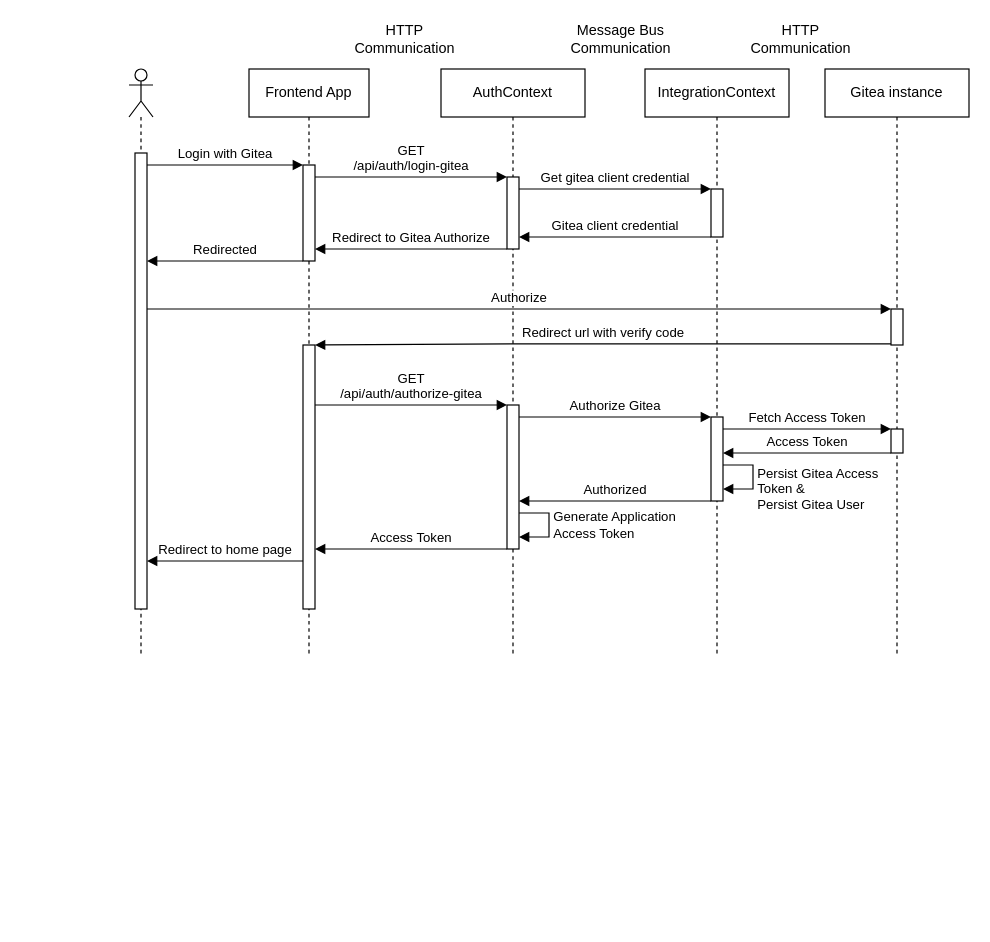
Earlier version of the draw.io diagram Diagrams/AuthorizationSequence.drawio (ryusu777/TodoApp). Source tidied: cells renumbered, new cells numbered last; positions are measured from the earlier drawing's top-left corner, leaving out a move shared by most shapes. Both pictures are drawn from the tidied source at 120%, with x=0, y=0 at pixel (128, 20).
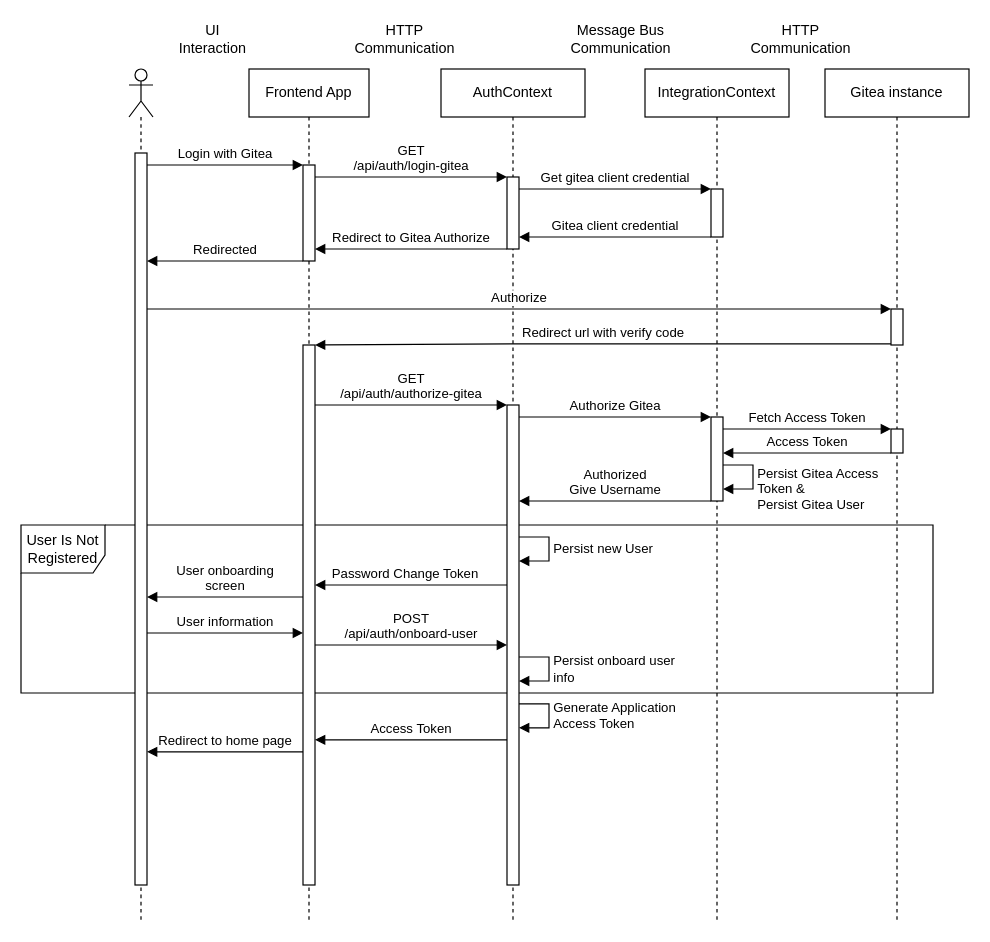
Above is the later version.

Unchanged cells that the change refers to:
```xml
<mxCell id="9" style="html=1;points=[];perimeter=orthogonalPerimeter;" parent="7" vertex="1">
  <mxGeometry x="55" y="290" width="10" height="70" as="geometry" />
</mxCell>
```

Diff of the diagram source:
```diff
@@
+    <mxCell id="36" value="User Is Not Registered" style="shape=umlFrame;whiteSpace=wrap;html=1;width=70;height=40;" parent="1" vertex="1">
+      <mxGeometry x="-90" y="420" width="760" height="140" as="geometry" />
+    </mxCell>
     <mxCell id="2" style="shape=umlLifeline;participant=umlActor;perimeter=lifelinePerimeter;whiteSpace=wrap;html=1;verticalAlign=top;spacingTop=36;" parent="1" vertex="1">
-      <mxGeometry y="40" width="20" height="490" as="geometry" />
+      <mxGeometry y="40" width="20" height="710" as="geometry" />
     </mxCell>
     <mxCell id="3" style="html=1;points=[];perimeter=orthogonalPerimeter;" parent="2" vertex="1">
-      <mxGeometry x="5" y="70" width="10" height="380" as="geometry" />
+      <mxGeometry x="5" y="70" width="10" height="610" as="geometry" />
     </mxCell>
     <mxCell id="4" value="Frontend App" style="shape=umlLifeline;perimeter=lifelinePerimeter;whiteSpace=wrap;html=1;" parent="1" vertex="1">
-      <mxGeometry x="100" y="40" width="100" height="490" as="geometry" />
+      <mxGeometry x="100" y="40" width="100" height="710" as="geometry" />
     </mxCell>
+    <mxCell id="6" style="html=1;points=[];perimeter=orthogonalPerimeter;" parent="4" vertex="1">
+      <mxGeometry x="45" y="230" width="10" height="450" as="geometry" />
+    </mxCell>
@@
-    <mxCell id="6" style="html=1;points=[];perimeter=orthogonalPerimeter;" parent="4" vertex="1">
-      <mxGeometry x="45" y="230" width="10" height="220" as="geometry" />
-    </mxCell>
     <mxCell id="7" value="IntegrationContext" style="shape=umlLifeline;perimeter=lifelinePerimeter;whiteSpace=wrap;html=1;" parent="1" vertex="1">
-      <mxGeometry x="430" y="40" width="120" height="490" as="geometry" />
+      <mxGeometry x="430" y="40" width="120" height="710" as="geometry" />
     </mxCell>
@@
     <mxCell id="11" value="AuthContext" style="shape=umlLifeline;perimeter=lifelinePerimeter;whiteSpace=wrap;html=1;" parent="1" vertex="1">
-      <mxGeometry x="260" y="40" width="120" height="490" as="geometry" />
+      <mxGeometry x="260" y="40" width="120" height="710" as="geometry" />
     </mxCell>
@@
     <mxCell id="13" style="html=1;points=[];perimeter=orthogonalPerimeter;" parent="11" vertex="1">
-      <mxGeometry x="55" y="280" width="10" height="120" as="geometry" />
+      <mxGeometry x="55" y="280" width="10" height="400" as="geometry" />
     </mxCell>
-    <mxCell id="14" value="Generate Application&lt;br&gt;Access Token" style="edgeStyle=orthogonalEdgeStyle;html=1;align=left;spacingLeft=2;endArrow=block;rounded=0;" parent="11" edge="1" source="13" target="13">
+    <mxCell id="14" value="Generate Application&lt;br&gt;Access Token" style="edgeStyle=orthogonalEdgeStyle;html=1;align=left;spacingLeft=2;endArrow=block;rounded=0;" parent="11" edge="1">
       <mxGeometry relative="1" as="geometry">
+        <mxPoint x="65" y="529" as="sourcePoint" />
+        <mxPoint x="65" y="549" as="targetPoint" />
         <Array as="points">
-          <mxPoint x="90" y="370" />
-          <mxPoint x="90" y="390" />
+          <mxPoint x="90" y="529" />
+          <mxPoint x="90" y="549" />
         </Array>
       </mxGeometry>
     </mxCell>
+    <mxCell id="37" value="Persist new User" style="edgeStyle=orthogonalEdgeStyle;html=1;align=left;spacingLeft=2;endArrow=block;rounded=0;" parent="11" edge="1" source="13" target="13">
+      <mxGeometry relative="1" as="geometry">
+        <Array as="points">
+          <mxPoint x="90" y="390" />
+          <mxPoint x="90" y="410" />
+        </Array>
+      </mxGeometry>
+    </mxCell>
+    <mxCell id="38" value="Persist onboard user&lt;br&gt;info" style="edgeStyle=orthogonalEdgeStyle;html=1;align=left;spacingLeft=2;endArrow=block;rounded=0;" parent="11" edge="1" source="13" target="13">
+      <mxGeometry relative="1" as="geometry">
+        <Array as="points">
+          <mxPoint x="90" y="490" />
+          <mxPoint x="90" y="510" />
+        </Array>
+      </mxGeometry>
+    </mxCell>
     <mxCell id="15" value="Gitea instance" style="shape=umlLifeline;perimeter=lifelinePerimeter;whiteSpace=wrap;html=1;" parent="1" vertex="1">
-      <mxGeometry x="580" y="40" width="120" height="490" as="geometry" />
+      <mxGeometry x="580" y="40" width="120" height="710" as="geometry" />
     </mxCell>
@@
-    <mxCell id="29" value="Access Token" style="html=1;verticalAlign=bottom;endArrow=block;rounded=0;" parent="1" edge="1" source="13" target="6">
+    <mxCell id="29" value="Access Token" style="html=1;verticalAlign=bottom;endArrow=block;rounded=0;" parent="1" edge="1">
       <mxGeometry relative="1" as="geometry">
+        <mxPoint x="315" y="599" as="sourcePoint" />
+        <mxPoint x="155" y="599" as="targetPoint" />
         <Array as="points">
-          <mxPoint x="220" y="440" />
+          <mxPoint x="220" y="599" />
         </Array>
       </mxGeometry>
     </mxCell>
-    <mxCell id="30" value="Redirect to home page" style="html=1;verticalAlign=bottom;endArrow=block;rounded=0;" parent="1" edge="1" source="6" target="3">
+    <mxCell id="30" value="Redirect to home page" style="html=1;verticalAlign=bottom;endArrow=block;rounded=0;" parent="1" edge="1">
       <mxGeometry relative="1" as="geometry">
+        <mxPoint x="145" y="609" as="sourcePoint" />
+        <mxPoint x="15" y="609" as="targetPoint" />
         <Array as="points">
-          <mxPoint x="80" y="450" />
+          <mxPoint x="80" y="609" />
         </Array>
       </mxGeometry>
     </mxCell>
@@
-    <mxCell id="35" value="Authorized" style="html=1;verticalAlign=bottom;endArrow=block;rounded=0;" parent="1" edge="1" source="9" target="13">
+    <mxCell id="35" value="Authorized&lt;br&gt;Give Username" style="html=1;verticalAlign=bottom;endArrow=block;rounded=0;" parent="1" edge="1" source="9" target="13">
       <mxGeometry relative="1" as="geometry">
         <Array as="points">
           <mxPoint x="410" y="400" />
         </Array>
       </mxGeometry>
     </mxCell>
+    <mxCell id="39" value="Password Change Token" style="html=1;verticalAlign=bottom;endArrow=block;rounded=0;" parent="1" edge="1" source="13" target="6">
+      <mxGeometry x="0.06" relative="1" as="geometry">
+        <Array as="points">
+          <mxPoint x="230" y="470" />
+        </Array>
+      </mxGeometry>
+    </mxCell>
+    <mxCell id="40" value="User onboarding &lt;br&gt;screen" style="html=1;verticalAlign=bottom;endArrow=block;rounded=0;" parent="1" edge="1" source="6" target="3">
+      <mxGeometry relative="1" as="geometry">
+        <Array as="points">
+          <mxPoint x="80" y="480" />
+        </Array>
+      </mxGeometry>
+    </mxCell>
+    <mxCell id="41" value="User information" style="html=1;verticalAlign=bottom;endArrow=block;rounded=0;" parent="1" edge="1" source="3" target="6">
+      <mxGeometry relative="1" as="geometry">
+        <Array as="points">
+          <mxPoint x="80" y="510" />
+        </Array>
+      </mxGeometry>
+    </mxCell>
+    <mxCell id="42" value="POST&lt;br&gt;/api/auth/onboard-user" style="html=1;verticalAlign=bottom;endArrow=block;rounded=0;" parent="1" edge="1" source="6" target="13">
+      <mxGeometry relative="1" as="geometry">
+        <Array as="points">
+          <mxPoint x="220" y="520" />
+        </Array>
+      </mxGeometry>
+    </mxCell>
+    <mxCell id="43" value="UI Interaction" style="text;html=1;strokeColor=none;fillColor=none;align=center;verticalAlign=middle;whiteSpace=wrap;rounded=0;" parent="1" vertex="1">
+      <mxGeometry x="40" width="60" height="30" as="geometry" />
+    </mxCell>
```
